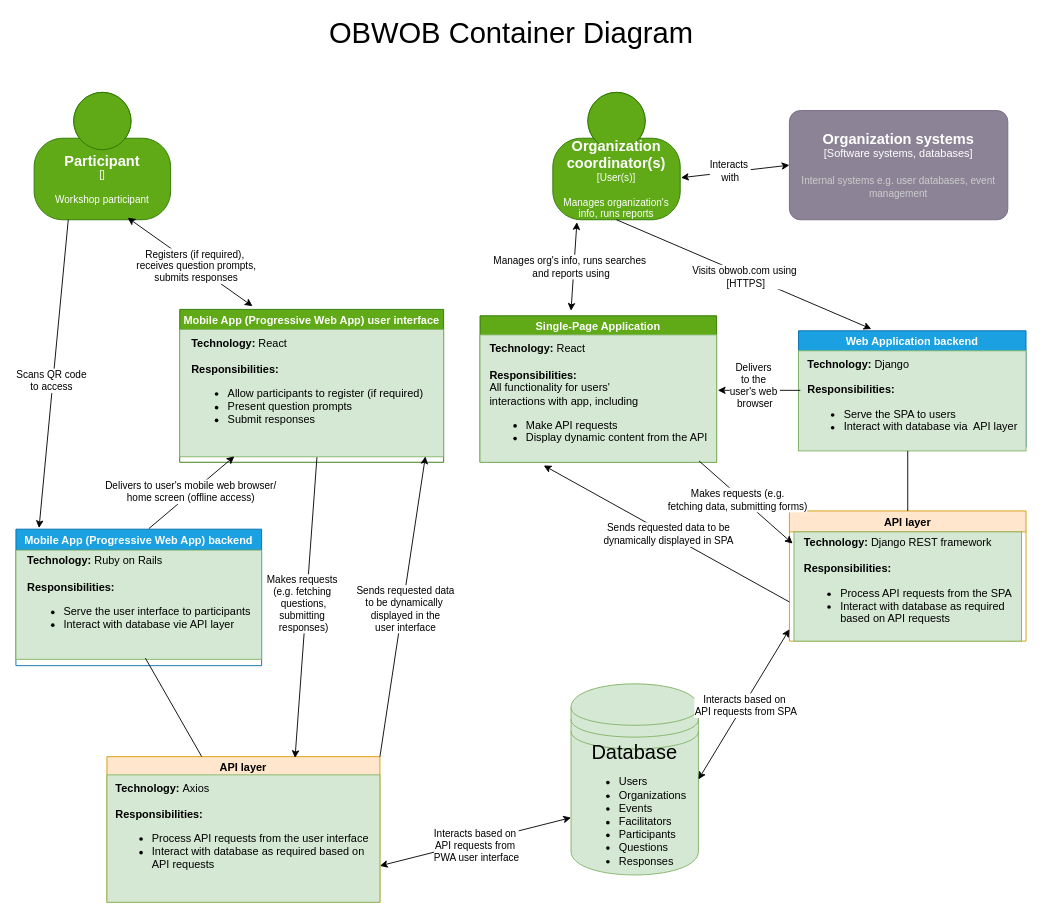
laurapg1214/impact-web-interface keeps this draw.io diagram as documentation/c4-diagrams/2_obwob_container_diagram.drawio. Above is the earlier version. Source tidied: cells renumbered, new cells numbered last; positions are measured from the earlier drawing's top-left corner, leaving out a move shared by most shapes. Both pictures are drawn from the tidied source at 91%, with x=0, y=0 at pixel (15, 19).
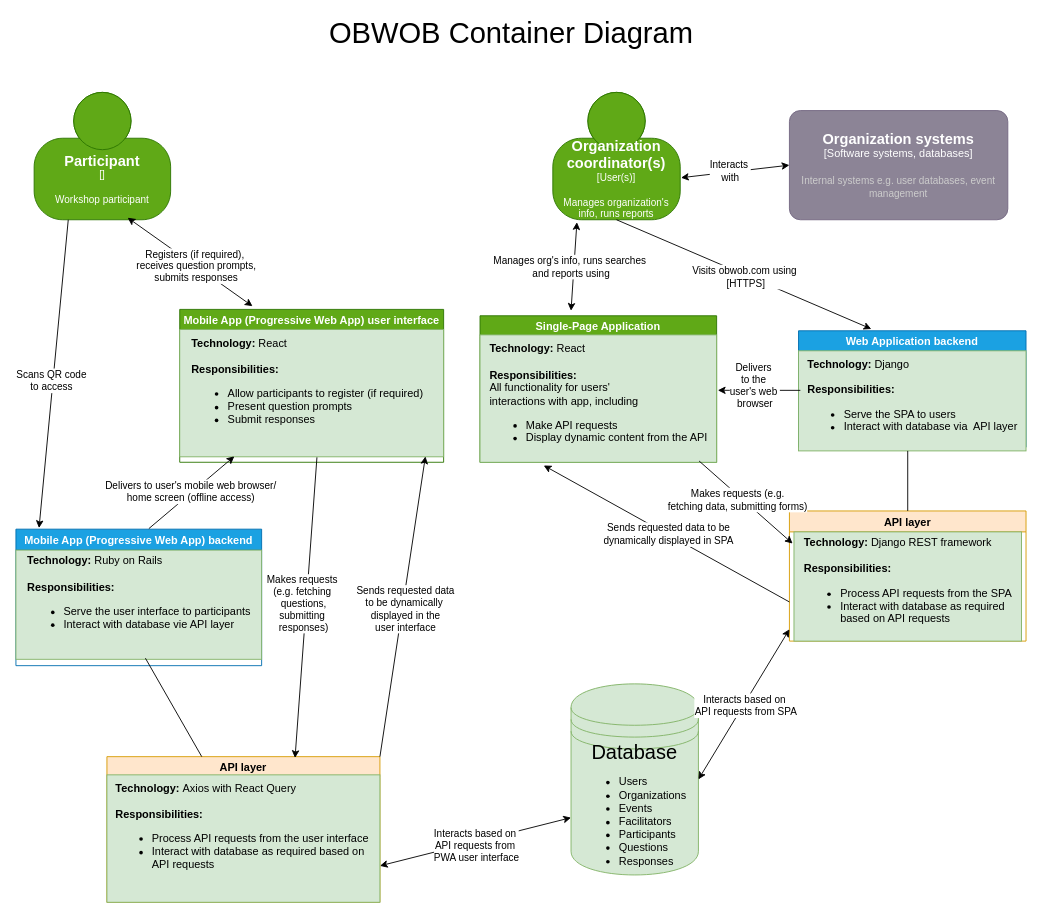
The same page after the edit.

Commit message:
update to pwa api

The change refers to these unchanged cells:
```xml
<mxCell id="34" value="API layer" style="swimlane;startSize=23;fillColor=#ffe6cc;strokeColor=#d79b00;" parent="1" vertex="1">
  <mxGeometry x="100" y="810" width="300" height="160" as="geometry" />
</mxCell>
```

Change to the diagram source:
```diff
@@
-    <mxCell id="35" value="&lt;div style=&quot;text-align: left;&quot;&gt;&lt;b style=&quot;background-color: initial;&quot;&gt;Technology: &lt;/b&gt;&lt;span style=&quot;background-color: initial;&quot;&gt;Axios&lt;/span&gt;&lt;/div&gt;&lt;div style=&quot;text-align: left;&quot;&gt;&lt;b&gt;&lt;br&gt;&lt;/b&gt;&lt;/div&gt;&lt;div style=&quot;text-align: left;&quot;&gt;&lt;b&gt;Responsibilities:&lt;/b&gt;&lt;/div&gt;&lt;div style=&quot;text-align: left;&quot;&gt;&lt;ul&gt;&lt;li&gt;&lt;span style=&quot;background-color: initial;&quot;&gt;Process API requests from the user interface&amp;nbsp;&lt;/span&gt;&lt;/li&gt;&lt;li&gt;&lt;span style=&quot;background-color: initial;&quot;&gt;Interact with database as required based on&lt;br&gt;&lt;/span&gt;API requests&lt;/li&gt;&lt;/ul&gt;&lt;/div&gt;&lt;div style=&quot;text-align: left;&quot;&gt;&lt;span style=&quot;background-color: initial;&quot;&gt;&lt;br&gt;&lt;/span&gt;&lt;/div&gt;" style="text;html=1;align=center;verticalAlign=middle;strokeColor=#82b366;fillColor=#d5e8d4;" parent="34" vertex="1">
+    <mxCell id="35" value="&lt;div style=&quot;text-align: left;&quot;&gt;&lt;b style=&quot;background-color: initial;&quot;&gt;Technology: &lt;/b&gt;&lt;span style=&quot;background-color: initial;&quot;&gt;Axios with React Query&lt;/span&gt;&lt;/div&gt;&lt;div style=&quot;text-align: left;&quot;&gt;&lt;b&gt;&lt;br&gt;&lt;/b&gt;&lt;/div&gt;&lt;div style=&quot;text-align: left;&quot;&gt;&lt;b&gt;Responsibilities:&lt;/b&gt;&lt;/div&gt;&lt;div style=&quot;text-align: left;&quot;&gt;&lt;ul&gt;&lt;li&gt;&lt;span style=&quot;background-color: initial;&quot;&gt;Process API requests from the user interface&amp;nbsp;&lt;/span&gt;&lt;/li&gt;&lt;li&gt;&lt;span style=&quot;background-color: initial;&quot;&gt;Interact with database as required based on&lt;br&gt;&lt;/span&gt;API requests&lt;/li&gt;&lt;/ul&gt;&lt;/div&gt;&lt;div style=&quot;text-align: left;&quot;&gt;&lt;span style=&quot;background-color: initial;&quot;&gt;&lt;br&gt;&lt;/span&gt;&lt;/div&gt;" style="text;html=1;align=center;verticalAlign=middle;strokeColor=#82b366;fillColor=#d5e8d4;" parent="34" vertex="1">
       <mxGeometry y="20" width="300" height="140" as="geometry" />
     </mxCell>
```
